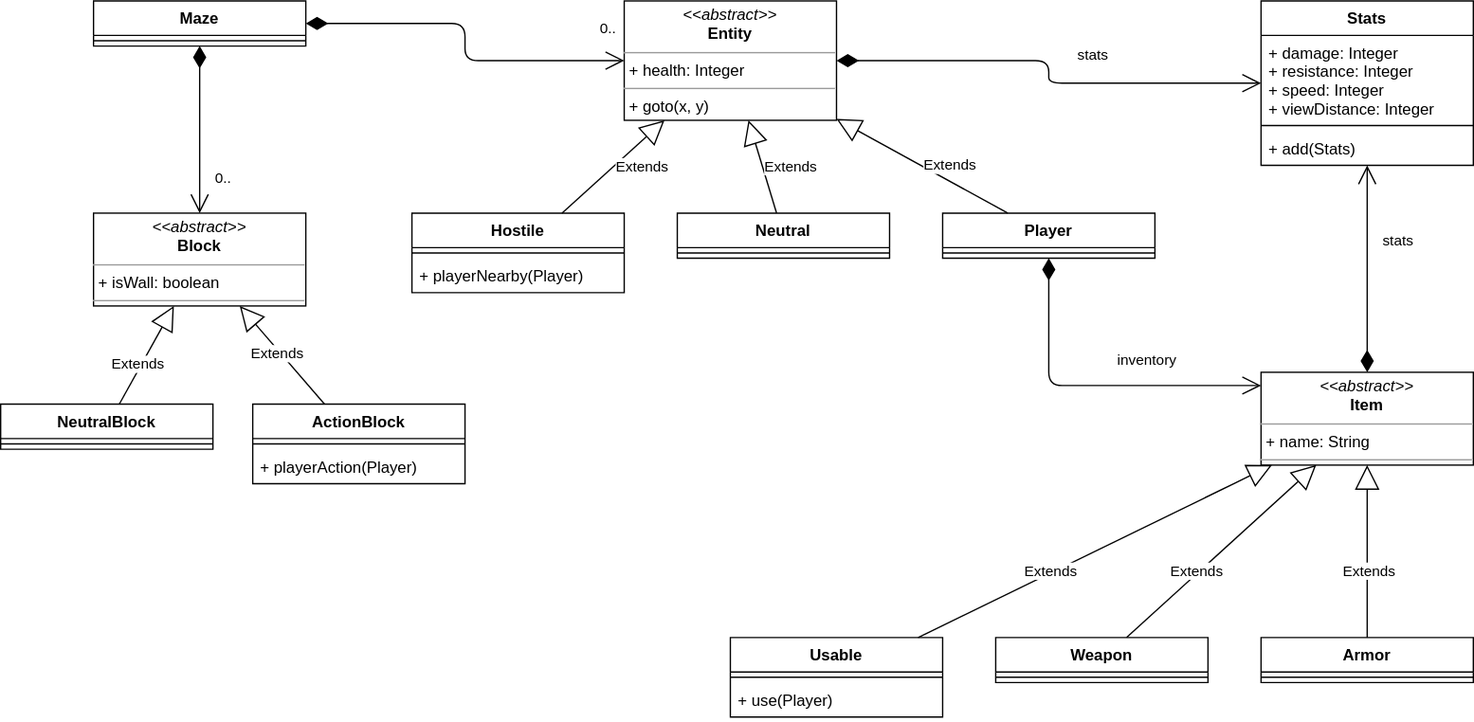
Above: uml.dio.svg in adampsz/the-maze (draw.io), before the change. Source tidied: cells renumbered, new cells last; positions are measured from the earlier drawing's top-left corner, leaving out a move shared by most shapes.
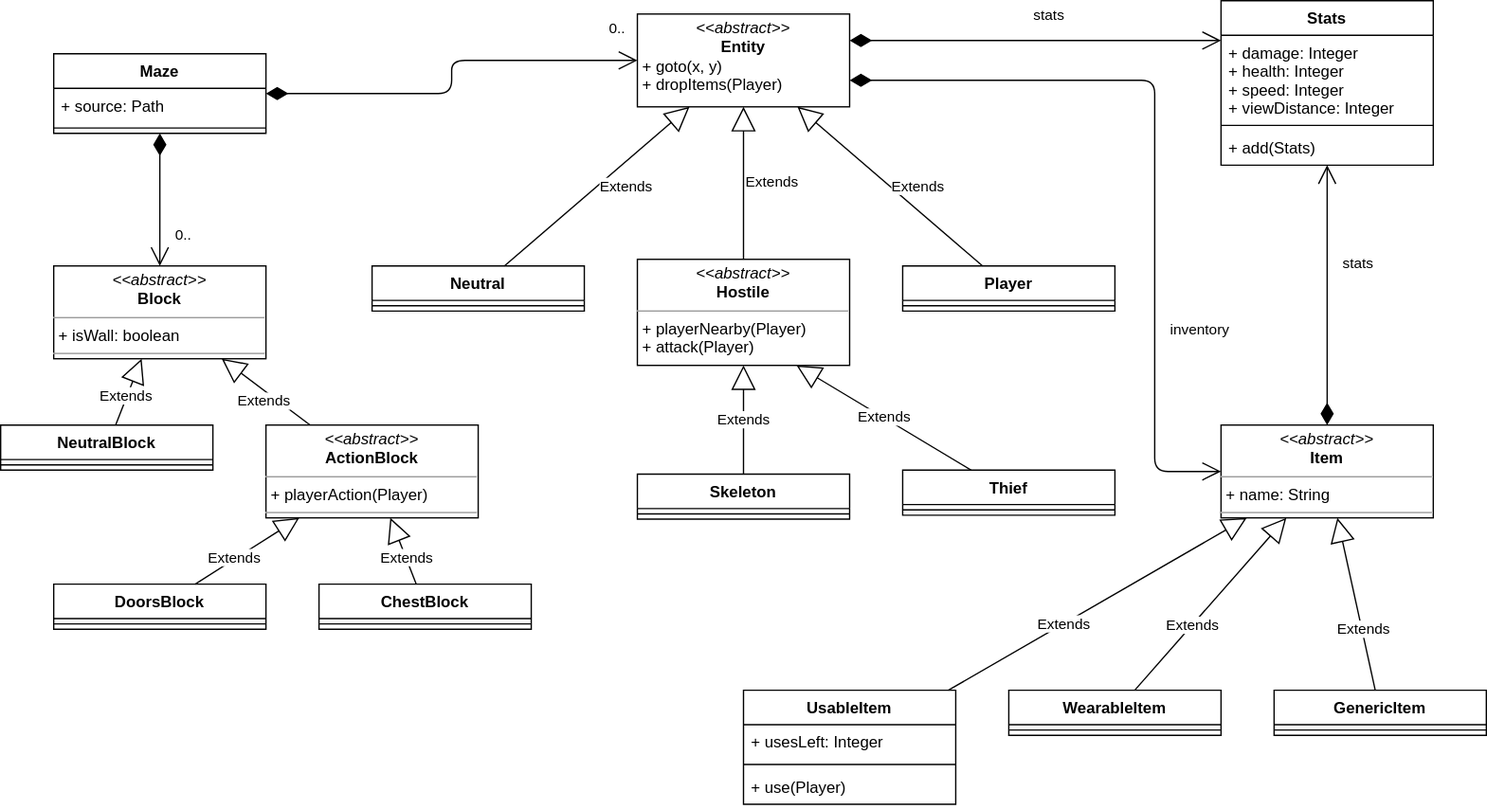
The same diagram one commit later.

Commit message:
Update README and UML diagram

Diff of the diagram source:
```diff
@@ -3,16 +3,19 @@
     <mxCell id="0" />
     <mxCell id="1" parent="0" />
     <mxCell id="2" value="Maze" style="swimlane;fontStyle=1;align=center;verticalAlign=top;horizontal=1;startSize=26;" parent="1" vertex="1">
-      <mxGeometry x="70" width="160" height="34" as="geometry" />
+      <mxGeometry x="70" width="160" height="60" as="geometry" />
     </mxCell>
+    <mxCell id="44" value="+ source: Path" style="text;strokeColor=none;fillColor=none;align=left;verticalAlign=top;spacingLeft=4;spacingRight=4;overflow=hidden;" parent="2" vertex="1">
+      <mxGeometry y="26" width="160" height="26" as="geometry" />
+    </mxCell>
     <mxCell id="3" style="line;strokeWidth=1;fillColor=none;align=left;verticalAlign=middle;spacingTop=-1;spacingLeft=3;spacingRight=3;labelPosition=right;" parent="2" vertex="1">
-      <mxGeometry y="26" width="160" height="8" as="geometry" />
+      <mxGeometry y="52" width="160" height="8" as="geometry" />
     </mxCell>
     <mxCell id="4" value="&lt;p style=&quot;margin: 0px ; margin-top: 4px ; text-align: center&quot;&gt;&lt;i&gt;&amp;lt;&amp;lt;abstract&amp;gt;&amp;gt;&lt;/i&gt;&lt;br&gt;&lt;b&gt;Block&lt;/b&gt;&lt;/p&gt;&lt;hr size=&quot;1&quot;&gt;&lt;p style=&quot;margin: 0px ; margin-left: 4px&quot;&gt;+ isWall: boolean&lt;/p&gt;&lt;hr size=&quot;1&quot;&gt;&lt;p style=&quot;margin: 0px ; margin-left: 4px&quot;&gt;&lt;br&gt;&lt;/p&gt;" style="verticalAlign=top;align=left;overflow=fill;fontSize=12;fontFamily=Helvetica;html=1;" parent="1" vertex="1">
       <mxGeometry x="70" y="160" width="160" height="70" as="geometry" />
     </mxCell>
-    <mxCell id="5" value="&lt;p style=&quot;margin: 0px ; margin-top: 4px ; text-align: center&quot;&gt;&lt;i&gt;&amp;lt;&amp;lt;abstract&amp;gt;&amp;gt;&lt;/i&gt;&lt;br&gt;&lt;b&gt;Entity&lt;/b&gt;&lt;/p&gt;&lt;hr size=&quot;1&quot;&gt;&lt;p style=&quot;margin: 0px ; margin-left: 4px&quot;&gt;+ health: Integer&lt;/p&gt;&lt;hr size=&quot;1&quot;&gt;&lt;p style=&quot;margin: 0px ; margin-left: 4px&quot;&gt;+ goto(x, y)&lt;/p&gt;" style="verticalAlign=top;align=left;overflow=fill;fontSize=12;fontFamily=Helvetica;html=1;" parent="1" vertex="1">
-      <mxGeometry x="470" width="160" height="90" as="geometry" />
+    <mxCell id="5" value="&lt;p style=&quot;margin: 0px ; margin-top: 4px ; text-align: center&quot;&gt;&lt;i&gt;&amp;lt;&amp;lt;abstract&amp;gt;&amp;gt;&lt;/i&gt;&lt;br&gt;&lt;b&gt;Entity&lt;/b&gt;&lt;/p&gt;&lt;p style=&quot;margin: 0px ; margin-left: 4px&quot;&gt;&lt;/p&gt;&lt;p style=&quot;margin: 0px ; margin-left: 4px&quot;&gt;+ goto(x, y)&lt;/p&gt;&lt;p style=&quot;margin: 0px ; margin-left: 4px&quot;&gt;+ dropItems(Player)&lt;/p&gt;" style="verticalAlign=top;align=left;overflow=fill;fontSize=12;fontFamily=Helvetica;html=1;" parent="1" vertex="1">
+      <mxGeometry x="510" y="-30" width="160" height="70" as="geometry" />
     </mxCell>
     <mxCell id="6" value="0.." style="endArrow=open;html=1;endSize=12;startArrow=diamondThin;startSize=14;startFill=1;edgeStyle=orthogonalEdgeStyle;align=left;verticalAlign=bottom;" parent="1" edge="1" source="2" target="4">
       <mxGeometry x="0.73" y="10" relative="1" as="geometry" />
@@ -32,16 +35,16 @@
     <mxCell id="11" value="&lt;p style=&quot;margin: 0px ; margin-top: 4px ; text-align: center&quot;&gt;&lt;i&gt;&amp;lt;&amp;lt;abstract&amp;gt;&amp;gt;&lt;/i&gt;&lt;br&gt;&lt;b&gt;Item&lt;/b&gt;&lt;/p&gt;&lt;hr size=&quot;1&quot;&gt;&lt;p style=&quot;margin: 0px ; margin-left: 4px&quot;&gt;+ name: String&lt;/p&gt;&lt;hr size=&quot;1&quot;&gt;&lt;p style=&quot;margin: 0px ; margin-left: 4px&quot;&gt;&lt;br&gt;&lt;/p&gt;" style="verticalAlign=top;align=left;overflow=fill;fontSize=12;fontFamily=Helvetica;html=1;" parent="1" vertex="1">
       <mxGeometry x="950" y="280" width="160" height="70" as="geometry" />
     </mxCell>
-    <mxCell id="12" value="Weapon" style="swimlane;fontStyle=1;align=center;verticalAlign=top;horizontal=1;startSize=26;" parent="1" vertex="1">
-      <mxGeometry x="750" y="480" width="160" height="34" as="geometry" />
+    <mxCell id="12" value="WearableItem" style="swimlane;fontStyle=1;align=center;verticalAlign=top;horizontal=1;startSize=26;" parent="1" vertex="1">
+      <mxGeometry x="790" y="480" width="160" height="34" as="geometry" />
     </mxCell>
     <mxCell id="13" style="line;strokeWidth=1;fillColor=none;align=left;verticalAlign=middle;spacingTop=-1;spacingLeft=3;spacingRight=3;labelPosition=right;" parent="12" vertex="1">
       <mxGeometry y="26" width="160" height="8" as="geometry" />
     </mxCell>
     <mxCell id="14" value="Stats" style="swimlane;fontStyle=1;align=center;verticalAlign=top;horizontal=1;startSize=26;" parent="1" vertex="1">
-      <mxGeometry x="950" width="160" height="124" as="geometry" />
+      <mxGeometry x="950" y="-40" width="160" height="124" as="geometry" />
     </mxCell>
-    <mxCell id="15" value="+ damage: Integer&#10;+ resistance: Integer&#10;+ speed: Integer&#10;+ viewDistance: Integer" style="text;strokeColor=none;fillColor=none;align=left;verticalAlign=top;spacingLeft=4;spacingRight=4;overflow=hidden;" parent="14" vertex="1">
+    <mxCell id="15" value="+ damage: Integer&#10;+ health: Integer&#10;+ speed: Integer&#10;+ viewDistance: Integer" style="text;strokeColor=none;fillColor=none;align=left;verticalAlign=top;spacingLeft=4;spacingRight=4;overflow=hidden;" parent="14" vertex="1">
       <mxGeometry y="26" width="160" height="64" as="geometry" />
     </mxCell>
     <mxCell id="16" style="line;strokeWidth=1;fillColor=none;align=left;verticalAlign=middle;spacingTop=-1;spacingLeft=3;spacingRight=3;labelPosition=right;" parent="14" vertex="1">
@@ -50,48 +53,28 @@
     <mxCell id="17" value="+ add(Stats)" style="text;strokeColor=none;fillColor=none;align=left;verticalAlign=top;spacingLeft=4;spacingRight=4;overflow=hidden;" parent="14" vertex="1">
       <mxGeometry y="98" width="160" height="26" as="geometry" />
     </mxCell>
-    <mxCell id="18" value="inventory" style="endArrow=open;html=1;endSize=12;startArrow=diamondThin;startSize=14;startFill=1;edgeStyle=orthogonalEdgeStyle;align=left;verticalAlign=bottom;" parent="1" edge="1" source="9" target="11">
-      <mxGeometry x="0.14" y="10" relative="1" as="geometry">
-        <Array as="points">
-          <mxPoint x="1030" y="290" />
-          <mxPoint x="1030" y="290" />
-        </Array>
-      </mxGeometry>
-    </mxCell>
-    <mxCell id="19" value="Usable" style="swimlane;fontStyle=1;align=center;verticalAlign=top;horizontal=1;startSize=26;" parent="1" vertex="1">
-      <mxGeometry x="550" y="480" width="160" height="60" as="geometry" />
+    <mxCell id="19" value="UsableItem" style="swimlane;fontStyle=1;align=center;verticalAlign=top;horizontal=1;startSize=26;" parent="1" vertex="1">
+      <mxGeometry x="590" y="480" width="160" height="86" as="geometry" />
     </mxCell>
+    <mxCell id="45" value="+ usesLeft: Integer" style="text;strokeColor=none;fillColor=none;align=left;verticalAlign=top;spacingLeft=4;spacingRight=4;overflow=hidden;" parent="19" vertex="1">
+      <mxGeometry y="26" width="160" height="26" as="geometry" />
+    </mxCell>
     <mxCell id="20" style="line;strokeWidth=1;fillColor=none;align=left;verticalAlign=middle;spacingTop=-1;spacingLeft=3;spacingRight=3;labelPosition=right;" parent="19" vertex="1">
-      <mxGeometry y="26" width="160" height="8" as="geometry" />
+      <mxGeometry y="52" width="160" height="8" as="geometry" />
     </mxCell>
     <mxCell id="21" value="+ use(Player)" style="text;strokeColor=none;fillColor=none;align=left;verticalAlign=top;spacingLeft=4;spacingRight=4;overflow=hidden;" parent="19" vertex="1">
-      <mxGeometry y="34" width="160" height="26" as="geometry" />
+      <mxGeometry y="60" width="160" height="26" as="geometry" />
     </mxCell>
-    <mxCell id="22" value="Armor" style="swimlane;fontStyle=1;align=center;verticalAlign=top;horizontal=1;startSize=26;" parent="1" vertex="1">
-      <mxGeometry x="950" y="480" width="160" height="34" as="geometry" />
-    </mxCell>
-    <mxCell id="23" style="line;strokeWidth=1;fillColor=none;align=left;verticalAlign=middle;spacingTop=-1;spacingLeft=3;spacingRight=3;labelPosition=right;" parent="22" vertex="1">
-      <mxGeometry y="26" width="160" height="8" as="geometry" />
-    </mxCell>
     <mxCell id="24" value="NeutralBlock" style="swimlane;fontStyle=1;align=center;verticalAlign=top;horizontal=1;startSize=26;" parent="1" vertex="1">
-      <mxGeometry y="304" width="160" height="34" as="geometry" />
+      <mxGeometry x="30" y="280" width="160" height="34" as="geometry" />
     </mxCell>
     <mxCell id="25" style="line;strokeWidth=1;fillColor=none;align=left;verticalAlign=middle;spacingTop=-1;spacingLeft=3;spacingRight=3;labelPosition=right;" parent="24" vertex="1">
       <mxGeometry y="26" width="160" height="8" as="geometry" />
     </mxCell>
-    <mxCell id="26" value="ActionBlock" style="swimlane;fontStyle=1;align=center;verticalAlign=top;horizontal=1;startSize=26;" parent="1" vertex="1">
-      <mxGeometry x="190" y="304" width="160" height="60" as="geometry" />
-    </mxCell>
-    <mxCell id="27" style="line;strokeWidth=1;fillColor=none;align=left;verticalAlign=middle;spacingTop=-1;spacingLeft=3;spacingRight=3;labelPosition=right;" parent="26" vertex="1">
-      <mxGeometry y="26" width="160" height="8" as="geometry" />
-    </mxCell>
-    <mxCell id="28" value="+ playerAction(Player)" style="text;strokeColor=none;fillColor=none;align=left;verticalAlign=top;spacingLeft=4;spacingRight=4;overflow=hidden;" parent="26" vertex="1">
-      <mxGeometry y="34" width="160" height="26" as="geometry" />
-    </mxCell>
     <mxCell id="29" value="Extends" style="endArrow=block;endSize=16;endFill=0;html=1;align=left;" parent="1" edge="1" source="24" target="4">
       <mxGeometry x="-0.45" y="21" relative="1" as="geometry" />
     </mxCell>
-    <mxCell id="30" value="Extends" style="endArrow=block;endSize=16;endFill=0;html=1;align=left;" parent="1" edge="1" source="26" target="4">
+    <mxCell id="30" value="Extends" style="endArrow=block;endSize=16;endFill=0;html=1;align=left;" parent="1" edge="1" source="50" target="4">
       <mxGeometry x="0.35" y="19" relative="1" as="geometry" />
     </mxCell>
     <mxCell id="31" value="Extends" style="endArrow=block;endSize=16;endFill=0;html=1;align=left;" parent="1" edge="1" source="19" target="11">
@@ -102,11 +85,16 @@
     <mxCell id="32" value="Extends" style="endArrow=block;endSize=16;endFill=0;html=1;align=left;" parent="1" edge="1" source="12" target="11">
       <mxGeometry x="-0.41" y="16" relative="1" as="geometry" />
     </mxCell>
-    <mxCell id="33" value="Extends" style="endArrow=block;endSize=16;endFill=0;html=1;align=left;" parent="1" edge="1" source="22" target="11">
+    <mxCell id="33" value="Extends" style="endArrow=block;endSize=16;endFill=0;html=1;align=left;" parent="1" edge="1" source="60" target="11">
       <mxGeometry x="-0.23" y="20" relative="1" as="geometry" />
     </mxCell>
     <mxCell id="34" value="stats" style="endArrow=open;html=1;endSize=12;startArrow=diamondThin;startSize=14;startFill=1;edgeStyle=orthogonalEdgeStyle;align=left;verticalAlign=bottom;" parent="1" edge="1" source="5" target="14">
-      <mxGeometry x="0.17" y="12" relative="1" as="geometry" />
+      <mxGeometry x="-0.02" y="10" relative="1" as="geometry">
+        <Array as="points">
+          <mxPoint x="880" y="-10" />
+          <mxPoint x="880" y="-10" />
+        </Array>
+      </mxGeometry>
     </mxCell>
     <mxCell id="35" value="Extends" style="endArrow=block;endSize=16;endFill=0;html=1;align=left;" parent="1" edge="1" source="9" target="5">
       <mxGeometry relative="1" as="geometry" />
@@ -114,26 +102,73 @@
     <mxCell id="36" value="stats" style="endArrow=open;html=1;endSize=12;startArrow=diamondThin;startSize=14;startFill=1;edgeStyle=orthogonalEdgeStyle;align=left;verticalAlign=bottom;" parent="1" edge="1" source="11" target="14">
       <mxGeometry x="0.15" y="-10" relative="1" as="geometry" />
     </mxCell>
-    <mxCell id="37" value="Hostile" style="swimlane;fontStyle=1;align=center;verticalAlign=top;horizontal=1;startSize=26;" parent="1" vertex="1">
-      <mxGeometry x="310" y="160" width="160" height="60" as="geometry" />
-    </mxCell>
-    <mxCell id="38" style="line;strokeWidth=1;fillColor=none;align=left;verticalAlign=middle;spacingTop=-1;spacingLeft=3;spacingRight=3;labelPosition=right;" parent="37" vertex="1">
-      <mxGeometry y="26" width="160" height="8" as="geometry" />
-    </mxCell>
-    <mxCell id="39" value="+ playerNearby(Player)" style="text;strokeColor=none;fillColor=none;align=left;verticalAlign=top;spacingLeft=4;spacingRight=4;overflow=hidden;" parent="37" vertex="1">
-      <mxGeometry y="34" width="160" height="26" as="geometry" />
-    </mxCell>
     <mxCell id="40" value="Neutral" style="swimlane;fontStyle=1;align=center;verticalAlign=top;horizontal=1;startSize=26;" parent="1" vertex="1">
-      <mxGeometry x="510" y="160" width="160" height="34" as="geometry" />
+      <mxGeometry x="310" y="160" width="160" height="34" as="geometry" />
     </mxCell>
     <mxCell id="41" style="line;strokeWidth=1;fillColor=none;align=left;verticalAlign=middle;spacingTop=-1;spacingLeft=3;spacingRight=3;labelPosition=right;" parent="40" vertex="1">
       <mxGeometry y="26" width="160" height="8" as="geometry" />
     </mxCell>
-    <mxCell id="42" value="Extends" style="endArrow=block;endSize=16;endFill=0;html=1;align=left;" parent="1" edge="1" source="37" target="5">
+    <mxCell id="42" value="Extends" style="endArrow=block;endSize=16;endFill=0;html=1;align=left;exitX=0.5;exitY=0;exitDx=0;exitDy=0;" parent="1" edge="1" source="59" target="5">
       <mxGeometry relative="1" as="geometry" />
     </mxCell>
     <mxCell id="43" value="Extends" style="endArrow=block;endSize=16;endFill=0;html=1;align=left;" parent="1" edge="1" source="40" target="5">
       <mxGeometry relative="1" as="geometry" />
     </mxCell>
+    <mxCell id="46" value="ChestBlock" style="swimlane;fontStyle=1;align=center;verticalAlign=top;horizontal=1;startSize=26;" parent="1" vertex="1">
+      <mxGeometry x="270" y="400" width="160" height="34" as="geometry" />
+    </mxCell>
+    <mxCell id="47" style="line;strokeWidth=1;fillColor=none;align=left;verticalAlign=middle;spacingTop=-1;spacingLeft=3;spacingRight=3;labelPosition=right;" parent="46" vertex="1">
+      <mxGeometry y="26" width="160" height="8" as="geometry" />
+    </mxCell>
+    <mxCell id="48" value="DoorsBlock" style="swimlane;fontStyle=1;align=center;verticalAlign=top;horizontal=1;startSize=26;" parent="1" vertex="1">
+      <mxGeometry x="70" y="400" width="160" height="34" as="geometry" />
+    </mxCell>
+    <mxCell id="49" style="line;strokeWidth=1;fillColor=none;align=left;verticalAlign=middle;spacingTop=-1;spacingLeft=3;spacingRight=3;labelPosition=right;" parent="48" vertex="1">
+      <mxGeometry y="26" width="160" height="8" as="geometry" />
+    </mxCell>
+    <mxCell id="50" value="&lt;p style=&quot;margin: 0px ; margin-top: 4px ; text-align: center&quot;&gt;&lt;i&gt;&amp;lt;&amp;lt;abstract&amp;gt;&amp;gt;&lt;/i&gt;&lt;br&gt;&lt;b&gt;ActionBlock&lt;/b&gt;&lt;/p&gt;&lt;hr size=&quot;1&quot;&gt;&lt;p style=&quot;margin: 0px ; margin-left: 4px&quot;&gt;+ playerAction(Player)&lt;/p&gt;&lt;hr size=&quot;1&quot;&gt;&lt;p style=&quot;margin: 0px ; margin-left: 4px&quot;&gt;&lt;br&gt;&lt;/p&gt;" style="verticalAlign=top;align=left;overflow=fill;fontSize=12;fontFamily=Helvetica;html=1;" parent="1" vertex="1">
+      <mxGeometry x="230" y="280" width="160" height="70" as="geometry" />
+    </mxCell>
+    <mxCell id="51" value="Extends" style="endArrow=block;endSize=16;endFill=0;html=1;" parent="1" edge="1" source="48" target="50">
+      <mxGeometry x="-0.24" y="1" relative="1" as="geometry" />
+    </mxCell>
+    <mxCell id="52" value="Extends" style="endArrow=block;endSize=16;endFill=0;html=1;" parent="1" edge="1" source="46" target="50">
+      <mxGeometry x="-0.2" relative="1" as="geometry" />
+    </mxCell>
+    <mxCell id="18" value="inventory" style="endArrow=open;html=1;endSize=12;startArrow=diamondThin;startSize=14;startFill=1;edgeStyle=orthogonalEdgeStyle;align=left;verticalAlign=bottom;" parent="1" edge="1" source="5" target="11">
+      <mxGeometry x="0.49" y="10" relative="1" as="geometry">
+        <Array as="points">
+          <mxPoint x="900" y="20" />
+          <mxPoint x="900" y="315" />
+        </Array>
+      </mxGeometry>
+    </mxCell>
+    <mxCell id="53" value="Skeleton" style="swimlane;fontStyle=1;align=center;verticalAlign=top;horizontal=1;startSize=26;" parent="1" vertex="1">
+      <mxGeometry x="510" y="317" width="160" height="34" as="geometry" />
+    </mxCell>
+    <mxCell id="54" style="line;strokeWidth=1;fillColor=none;align=left;verticalAlign=middle;spacingTop=-1;spacingLeft=3;spacingRight=3;labelPosition=right;" parent="53" vertex="1">
+      <mxGeometry y="26" width="160" height="8" as="geometry" />
+    </mxCell>
+    <mxCell id="55" value="Extends" style="endArrow=block;endSize=16;endFill=0;html=1;" parent="1" edge="1" source="53" target="59">
+      <mxGeometry relative="1" as="geometry" />
+    </mxCell>
+    <mxCell id="56" value="Thief" style="swimlane;fontStyle=1;align=center;verticalAlign=top;horizontal=1;startSize=26;" parent="1" vertex="1">
+      <mxGeometry x="710" y="314" width="160" height="34" as="geometry" />
+    </mxCell>
+    <mxCell id="57" style="line;strokeWidth=1;fillColor=none;align=left;verticalAlign=middle;spacingTop=-1;spacingLeft=3;spacingRight=3;labelPosition=right;" parent="56" vertex="1">
+      <mxGeometry y="26" width="160" height="8" as="geometry" />
+    </mxCell>
+    <mxCell id="58" value="Extends" style="endArrow=block;endSize=16;endFill=0;html=1;entryX=0.75;entryY=1;entryDx=0;entryDy=0;" parent="1" edge="1" source="56" target="59">
+      <mxGeometry relative="1" as="geometry" />
+    </mxCell>
+    <mxCell id="59" value="&lt;p style=&quot;margin: 0px ; margin-top: 4px ; text-align: center&quot;&gt;&lt;i&gt;&amp;lt;&amp;lt;abstract&amp;gt;&amp;gt;&lt;/i&gt;&lt;br&gt;&lt;b&gt;Hostile&lt;/b&gt;&lt;/p&gt;&lt;hr size=&quot;1&quot;&gt;&lt;p style=&quot;margin: 0px ; margin-left: 4px&quot;&gt;+ playerNearby(Player)&lt;br style=&quot;padding: 0px ; margin: 0px&quot;&gt;+ attack(Player)&lt;br&gt;&lt;/p&gt;" style="verticalAlign=top;align=left;overflow=fill;fontSize=12;fontFamily=Helvetica;html=1;" parent="1" vertex="1">
+      <mxGeometry x="510" y="155" width="160" height="80" as="geometry" />
+    </mxCell>
+    <mxCell id="60" value="GenericItem" style="swimlane;fontStyle=1;align=center;verticalAlign=top;horizontal=1;startSize=26;" parent="1" vertex="1">
+      <mxGeometry x="990" y="480" width="160" height="34" as="geometry" />
+    </mxCell>
+    <mxCell id="61" style="line;strokeWidth=1;fillColor=none;align=left;verticalAlign=middle;spacingTop=-1;spacingLeft=3;spacingRight=3;labelPosition=right;" parent="60" vertex="1">
+      <mxGeometry y="26" width="160" height="8" as="geometry" />
+    </mxCell>
   </root>
 </mxGraphModel>
```
